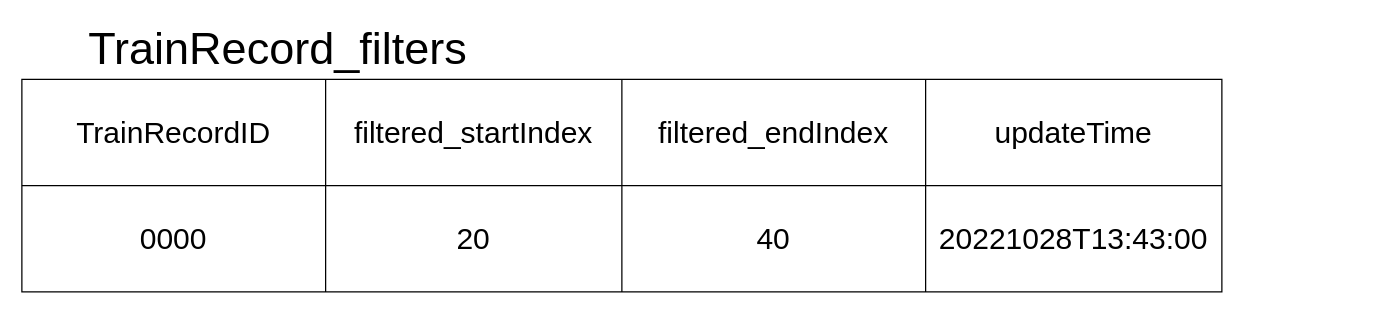
Before: page "database design" (18 of 18) of gpsDataAnalysisFunctionDesion.drawio in pengzhen80/PigeonRace, a draw.io diagram. Source tidied: cells renumbered, new cells numbered last; positions are measured from the earlier drawing's top-left corner, leaving out a move shared by most shapes. Both pictures are drawn from the tidied source at 125%, with x=0, y=0 at pixel (21, 29).
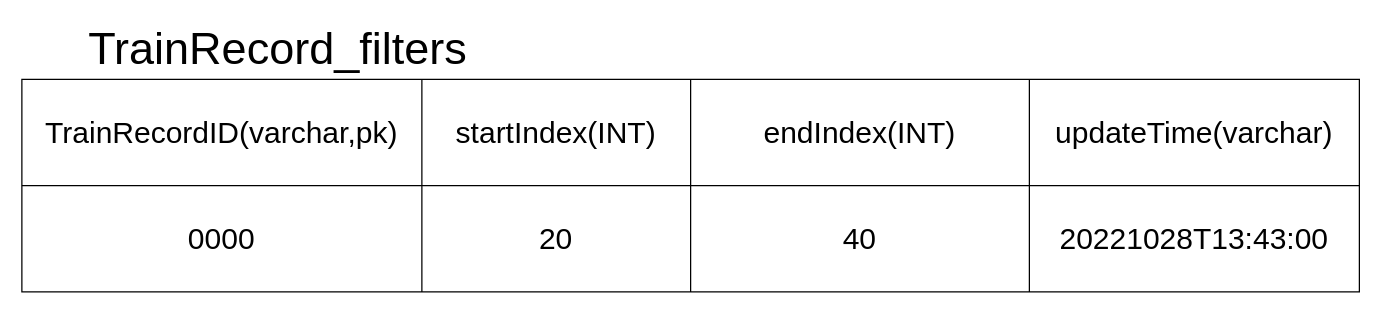
The same page after the edit.

The edit, as a diff of the source:
```diff
@@
 <mxGraphModel>
   <root>
     <mxCell id="0" />
     <mxCell id="1" parent="0" />
     <mxCell id="2" style="shape=table;startSize=0;childLayout=tableLayout;" parent="1" vertex="1">
-      <mxGeometry y="40" width="960" height="170" as="geometry" />
+      <mxGeometry y="40" width="1070" height="170" as="geometry" />
     </mxCell>
     <mxCell id="3" style="shape=tableRow;horizontal=0;startSize=0;swimlaneHead=0;swimlaneBody=0;top=0;left=0;bottom=0;right=0;fillColor=none;" parent="2" vertex="1">
-      <mxGeometry width="960" height="85" as="geometry" />
+      <mxGeometry width="1070" height="85" as="geometry" />
     </mxCell>
-    <mxCell id="4" value="&lt;font style=&quot;font-size: 24px;&quot;&gt;TrainRecordID&lt;/font&gt;" style="shape=partialRectangle;html=1;whiteSpace=wrap;overflow=hidden;fillColor=none;top=0;left=0;bottom=0;right=0;" parent="3" vertex="1">
-      <mxGeometry width="243" height="85" as="geometry" />
+    <mxCell id="4" value="&lt;font style=&quot;font-size: 24px;&quot;&gt;TrainRecordID(varchar,pk)&lt;/font&gt;" style="shape=partialRectangle;html=1;whiteSpace=wrap;overflow=hidden;fillColor=none;top=0;left=0;bottom=0;right=0;" parent="3" vertex="1">
+      <mxGeometry width="320" height="85" as="geometry" />
     </mxCell>
-    <mxCell id="5" value="&lt;font style=&quot;font-size: 24px;&quot;&gt;filtered_startIndex&lt;/font&gt;" style="shape=partialRectangle;html=1;whiteSpace=wrap;overflow=hidden;fillColor=none;top=0;left=0;bottom=0;right=0;" parent="3" vertex="1">
-      <mxGeometry x="243" width="237" height="85" as="geometry" />
+    <mxCell id="5" value="&lt;font style=&quot;font-size: 24px;&quot;&gt;startIndex(INT)&lt;/font&gt;" style="shape=partialRectangle;html=1;whiteSpace=wrap;overflow=hidden;fillColor=none;top=0;left=0;bottom=0;right=0;" parent="3" vertex="1">
+      <mxGeometry x="320" width="215" height="85" as="geometry" />
     </mxCell>
-    <mxCell id="6" value="&lt;span style=&quot;font-size: 24px;&quot;&gt;filtered_endIndex&lt;/span&gt;" style="shape=partialRectangle;html=1;whiteSpace=wrap;overflow=hidden;fillColor=none;top=0;left=0;bottom=0;right=0;" parent="3" vertex="1">
-      <mxGeometry x="480" width="243" height="85" as="geometry" />
+    <mxCell id="6" value="&lt;span style=&quot;font-size: 24px;&quot;&gt;endIndex(INT)&lt;/span&gt;" style="shape=partialRectangle;html=1;whiteSpace=wrap;overflow=hidden;fillColor=none;top=0;left=0;bottom=0;right=0;" parent="3" vertex="1">
+      <mxGeometry x="535" width="271" height="85" as="geometry" />
     </mxCell>
-    <mxCell id="7" value="&lt;font style=&quot;font-size: 24px;&quot;&gt;updateTime&lt;/font&gt;" style="shape=partialRectangle;html=1;whiteSpace=wrap;overflow=hidden;fillColor=none;top=0;left=0;bottom=0;right=0;" parent="3" vertex="1">
-      <mxGeometry x="723" width="237" height="85" as="geometry" />
+    <mxCell id="7" value="&lt;font style=&quot;font-size: 24px;&quot;&gt;updateTime(varchar)&lt;/font&gt;" style="shape=partialRectangle;html=1;whiteSpace=wrap;overflow=hidden;fillColor=none;top=0;left=0;bottom=0;right=0;" parent="3" vertex="1">
+      <mxGeometry x="806" width="264" height="85" as="geometry" />
     </mxCell>
     <mxCell id="8" style="shape=tableRow;horizontal=0;startSize=0;swimlaneHead=0;swimlaneBody=0;top=0;left=0;bottom=0;right=0;fillColor=none;" parent="2" vertex="1">
-      <mxGeometry y="85" width="960" height="85" as="geometry" />
+      <mxGeometry y="85" width="1070" height="85" as="geometry" />
     </mxCell>
     <mxCell id="9" value="&lt;font style=&quot;font-size: 24px;&quot;&gt;0000&lt;/font&gt;" style="shape=partialRectangle;html=1;whiteSpace=wrap;overflow=hidden;fillColor=none;top=0;left=0;bottom=0;right=0;" parent="8" vertex="1">
-      <mxGeometry width="243" height="85" as="geometry" />
+      <mxGeometry width="320" height="85" as="geometry" />
     </mxCell>
     <mxCell id="10" value="&lt;font style=&quot;font-size: 24px;&quot;&gt;20&lt;/font&gt;" style="shape=partialRectangle;html=1;whiteSpace=wrap;overflow=hidden;fillColor=none;top=0;left=0;bottom=0;right=0;" parent="8" vertex="1">
-      <mxGeometry x="243" width="237" height="85" as="geometry" />
+      <mxGeometry x="320" width="215" height="85" as="geometry" />
     </mxCell>
     <mxCell id="11" value="&lt;font style=&quot;font-size: 24px;&quot;&gt;40&lt;/font&gt;" style="shape=partialRectangle;html=1;whiteSpace=wrap;overflow=hidden;fillColor=none;top=0;left=0;bottom=0;right=0;" parent="8" vertex="1">
-      <mxGeometry x="480" width="243" height="85" as="geometry" />
+      <mxGeometry x="535" width="271" height="85" as="geometry" />
     </mxCell>
     <mxCell id="12" value="&lt;font style=&quot;font-size: 24px;&quot;&gt;20221028T13:43:00&lt;/font&gt;" style="shape=partialRectangle;html=1;whiteSpace=wrap;overflow=hidden;fillColor=none;top=0;left=0;bottom=0;right=0;" parent="8" vertex="1">
-      <mxGeometry x="723" width="237" height="85" as="geometry" />
+      <mxGeometry x="806" width="264" height="85" as="geometry" />
     </mxCell>
     <mxCell id="13" value="&lt;font style=&quot;font-size: 36px;&quot;&gt;TrainRecord_filters&lt;/font&gt;" style="text;html=1;strokeColor=none;fillColor=none;align=center;verticalAlign=middle;whiteSpace=wrap;rounded=0;fontSize=24;" parent="1" vertex="1">
       <mxGeometry width="410" height="30" as="geometry" />
     </mxCell>
   </root>
 </mxGraphModel>
```
